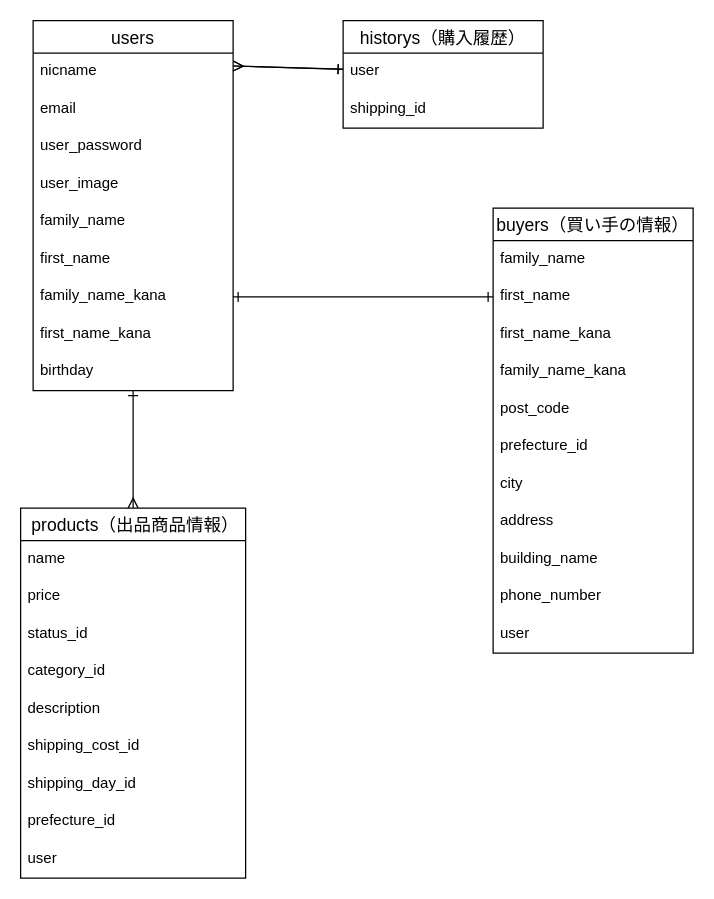
Before: er-zu-furima-41252.dio in yu-no-m1i/furima-41252, a draw.io diagram. Source tidied: cells renumbered, new cells numbered last; positions are measured from the earlier drawing's top-left corner, leaving out a move shared by most shapes. Both pictures are drawn from the tidied source at 125%, with x=0, y=0 at pixel (20, 20).
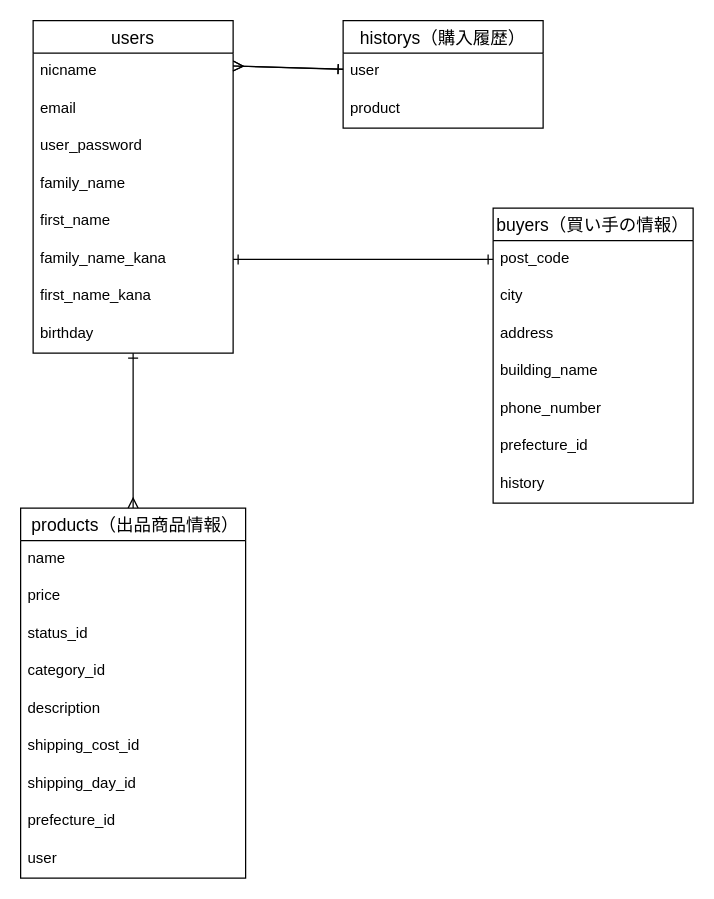
Above is the later version.

The change refers to these unchanged cells:
```xml
<mxCell id="35" value="historys（購入履歴）" style="swimlane;fontStyle=0;horizontal=1;startSize=26;align=center;fontSize=14;" parent="1" vertex="1">
  <mxGeometry x="258" width="160" height="86" as="geometry" />
</mxCell>
```

Diff of the diagram source:
```diff
@@
     <mxCell id="3" value="users" style="swimlane;fontStyle=0;horizontal=1;startSize=26;align=center;fontSize=14;" parent="1" vertex="1">
-      <mxGeometry x="10" width="160" height="296" as="geometry" />
+      <mxGeometry x="10" width="160" height="266" as="geometry" />
     </mxCell>
@@
-    <mxCell id="7" value="user_image" style="text;strokeColor=none;fillColor=none;spacingLeft=4;spacingRight=4;overflow=hidden;fontSize=12;" parent="3" vertex="1">
-      <mxGeometry y="116" width="160" height="30" as="geometry" />
-    </mxCell>
     <mxCell id="8" value="family_name" style="text;strokeColor=none;fillColor=none;spacingLeft=4;spacingRight=4;overflow=hidden;fontSize=12;" parent="3" vertex="1">
-      <mxGeometry y="146" width="160" height="30" as="geometry" />
+      <mxGeometry y="116" width="160" height="30" as="geometry" />
     </mxCell>
     <mxCell id="9" value="first_name" style="text;strokeColor=none;fillColor=none;spacingLeft=4;spacingRight=4;overflow=hidden;fontSize=12;" parent="3" vertex="1">
-      <mxGeometry y="176" width="160" height="30" as="geometry" />
+      <mxGeometry y="146" width="160" height="30" as="geometry" />
     </mxCell>
     <mxCell id="10" value="family_name_kana" style="text;strokeColor=none;fillColor=none;spacingLeft=4;spacingRight=4;overflow=hidden;points=[[0,0.5],[1,0.5]];portConstraint=eastwest;fontSize=12;" parent="3" vertex="1">
-      <mxGeometry y="206" width="160" height="30" as="geometry" />
+      <mxGeometry y="176" width="160" height="30" as="geometry" />
     </mxCell>
     <mxCell id="11" value="first_name_kana" style="text;strokeColor=none;fillColor=none;spacingLeft=4;spacingRight=4;overflow=hidden;fontSize=12;" parent="3" vertex="1">
-      <mxGeometry y="236" width="160" height="30" as="geometry" />
+      <mxGeometry y="206" width="160" height="30" as="geometry" />
     </mxCell>
     <mxCell id="12" value="birthday" style="text;strokeColor=none;fillColor=none;spacingLeft=4;spacingRight=4;overflow=hidden;fontSize=12;" parent="3" vertex="1">
-      <mxGeometry y="266" width="160" height="30" as="geometry" />
+      <mxGeometry y="236" width="160" height="30" as="geometry" />
     </mxCell>
     <mxCell id="13" value="buyers（買い手の情報）" style="swimlane;fontStyle=0;horizontal=1;startSize=26;align=center;fontSize=14;" parent="1" vertex="1">
-      <mxGeometry x="378" y="150" width="160" height="356" as="geometry" />
+      <mxGeometry x="378" y="150" width="160" height="236" as="geometry" />
     </mxCell>
-    <mxCell id="14" value="family_name" style="text;strokeColor=none;fillColor=none;spacingLeft=4;spacingRight=4;overflow=hidden;fontSize=12;" parent="13" vertex="1">
-      <mxGeometry y="26" width="160" height="30" as="geometry" />
-    </mxCell>
-    <mxCell id="15" value="first_name" style="text;strokeColor=none;fillColor=none;spacingLeft=4;spacingRight=4;overflow=hidden;points=[[0,0.5],[1,0.5]];portConstraint=eastwest;fontSize=12;" parent="13" vertex="1">
-      <mxGeometry y="56" width="160" height="30" as="geometry" />
-    </mxCell>
-    <mxCell id="16" value="first_name_kana" style="text;strokeColor=none;fillColor=none;spacingLeft=4;spacingRight=4;overflow=hidden;fontSize=12;" parent="13" vertex="1">
-      <mxGeometry y="86" width="160" height="30" as="geometry" />
-    </mxCell>
-    <mxCell id="17" value="family_name_kana" style="text;strokeColor=none;fillColor=none;spacingLeft=4;spacingRight=4;overflow=hidden;fontSize=12;" parent="13" vertex="1">
-      <mxGeometry y="116" width="160" height="30" as="geometry" />
-    </mxCell>
     <mxCell id="18" value="post_code" style="text;strokeColor=none;fillColor=none;spacingLeft=4;spacingRight=4;overflow=hidden;fontSize=12;" parent="13" vertex="1">
-      <mxGeometry y="146" width="160" height="30" as="geometry" />
+      <mxGeometry y="26" width="160" height="30" as="geometry" />
     </mxCell>
-    <mxCell id="19" value="prefecture_id" style="text;strokeColor=none;fillColor=none;spacingLeft=4;spacingRight=4;overflow=hidden;fontSize=12;" parent="13" vertex="1">
-      <mxGeometry y="176" width="160" height="30" as="geometry" />
-    </mxCell>
     <mxCell id="20" value="city" style="text;strokeColor=none;fillColor=none;spacingLeft=4;spacingRight=4;overflow=hidden;fontSize=12;" parent="13" vertex="1">
-      <mxGeometry y="206" width="160" height="30" as="geometry" />
+      <mxGeometry y="56" width="160" height="30" as="geometry" />
     </mxCell>
     <mxCell id="21" value="address" style="text;strokeColor=none;fillColor=none;spacingLeft=4;spacingRight=4;overflow=hidden;fontSize=12;" parent="13" vertex="1">
-      <mxGeometry y="236" width="160" height="30" as="geometry" />
+      <mxGeometry y="86" width="160" height="30" as="geometry" />
     </mxCell>
     <mxCell id="22" value="building_name" style="text;strokeColor=none;fillColor=none;spacingLeft=4;spacingRight=4;overflow=hidden;fontSize=12;" parent="13" vertex="1">
-      <mxGeometry y="266" width="160" height="30" as="geometry" />
+      <mxGeometry y="116" width="160" height="30" as="geometry" />
     </mxCell>
     <mxCell id="23" value="phone_number" style="text;strokeColor=none;fillColor=none;spacingLeft=4;spacingRight=4;overflow=hidden;fontSize=12;" parent="13" vertex="1">
-      <mxGeometry y="296" width="160" height="30" as="geometry" />
+      <mxGeometry y="146" width="160" height="30" as="geometry" />
     </mxCell>
+    <mxCell id="19" value="prefecture_id" style="text;strokeColor=none;fillColor=none;spacingLeft=4;spacingRight=4;overflow=hidden;fontSize=12;" parent="13" vertex="1">
+      <mxGeometry y="176" width="160" height="30" as="geometry" />
+    </mxCell>
-    <mxCell id="24" value="user" style="text;strokeColor=none;fillColor=none;spacingLeft=4;spacingRight=4;overflow=hidden;fontSize=12;" parent="13" vertex="1">
-      <mxGeometry y="326" width="160" height="30" as="geometry" />
+    <mxCell id="24" value="history" style="text;strokeColor=none;fillColor=none;spacingLeft=4;spacingRight=4;overflow=hidden;fontSize=12;" parent="13" vertex="1">
+      <mxGeometry y="206" width="160" height="30" as="geometry" />
     </mxCell>
@@
-    <mxCell id="37" value="shipping_id" style="text;strokeColor=none;fillColor=none;spacingLeft=4;spacingRight=4;overflow=hidden;fontSize=12;" parent="35" vertex="1">
+    <mxCell id="37" value="product" style="text;strokeColor=none;fillColor=none;spacingLeft=4;spacingRight=4;overflow=hidden;fontSize=12;" parent="35" vertex="1">
       <mxGeometry y="56" width="160" height="30" as="geometry" />
     </mxCell>
-    <mxCell id="38" style="edgeStyle=none;html=1;entryX=0;entryY=0.5;entryDx=0;entryDy=0;startArrow=ERone;startFill=0;endArrow=ERone;endFill=0;" parent="1" edge="1" source="10" target="15">
-      <mxGeometry relative="1" as="geometry" />
+    <mxCell id="38" style="edgeStyle=none;html=1;entryX=0;entryY=0.5;entryDx=0;entryDy=0;startArrow=ERone;startFill=0;endArrow=ERone;endFill=0;" parent="1" edge="1" source="10">
+      <mxGeometry relative="1" as="geometry">
+        <mxPoint x="378" y="191" as="targetPoint" />
+      </mxGeometry>
     </mxCell>
```
